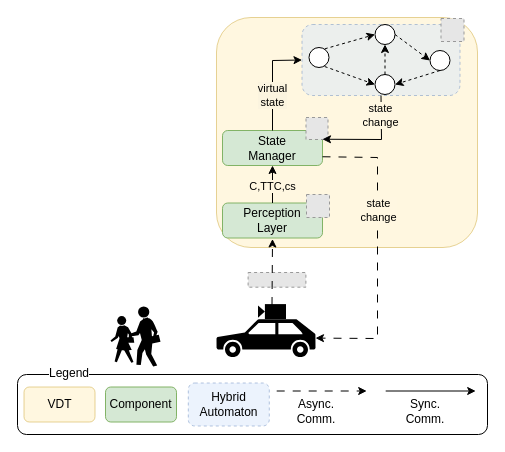
This is architecture.drawio from LBacchiani/formal-pedestrian-protection, a draw.io file, before an edit. Source tidied: cells renumbered, new cells numbered last; positions are measured from the earlier drawing's top-left corner, leaving out a move shared by most shapes. Both pictures are drawn from the tidied source at 100%, with x=0, y=0 at pixel (17, 17). Pictures stored in the file or linked from it are replaced by grey dashed boxes.
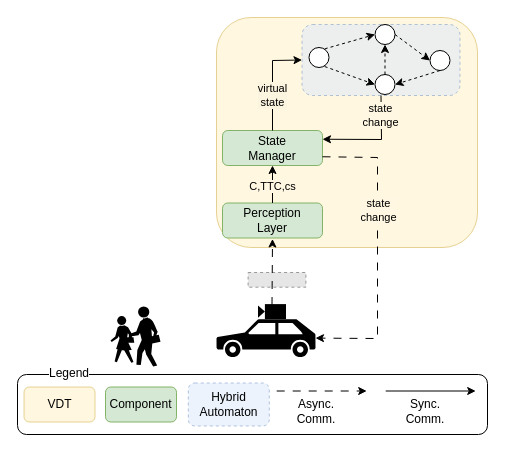
The same page after the edit.

Change to the diagram source:
```diff
@@
-    <mxCell id="15" style="fillColor=#E6E6E6;strokeColor=#999999;dashed=1;verticalLabelPosition=bottom;labelBackgroundColor=default;verticalAlign=top;" parent="1" vertex="1">
-      <mxGeometry x="423.5" y="1" width="23" height="23" as="geometry" />
-    </mxCell>
@@
-    <mxCell id="20" style="fillColor=#E6E6E6;strokeColor=#999999;dashed=1;verticalLabelPosition=bottom;labelBackgroundColor=default;verticalAlign=top;" parent="1" vertex="1">
-      <mxGeometry x="288.5" y="100" width="22" height="22" as="geometry" />
-    </mxCell>
-    <mxCell id="21" style="fillColor=#E6E6E6;strokeColor=#999999;dashed=1;verticalLabelPosition=bottom;labelBackgroundColor=default;verticalAlign=top;" parent="1" vertex="1">
-      <mxGeometry x="289" y="177" width="23" height="23" as="geometry" />
-    </mxCell>
```
